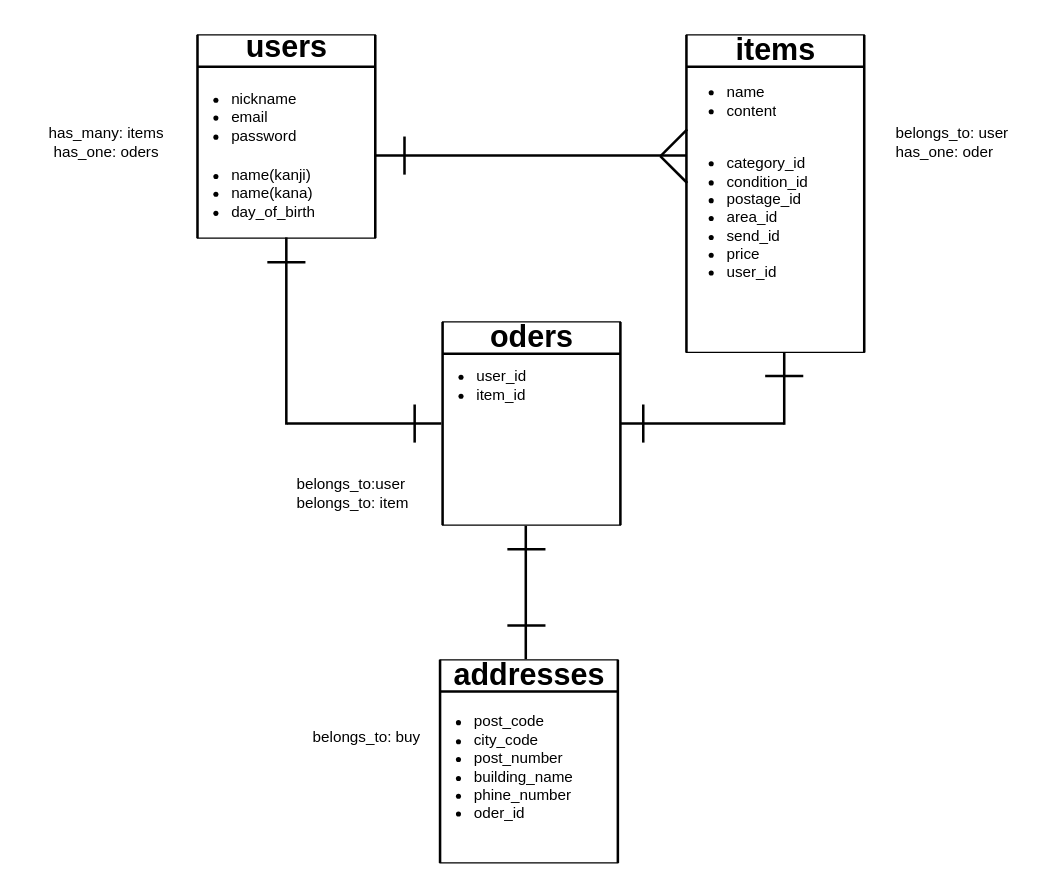
This is furima-er.dio from tatsuaki1234/furima-27589, a draw.io file, before an edit. Source tidied: cells renumbered, new cells numbered last; positions are measured from the earlier drawing's top-left corner, leaving out a move shared by most shapes. Both pictures are drawn from the tidied source at 127%, with x=0, y=0 at pixel (20, 22).
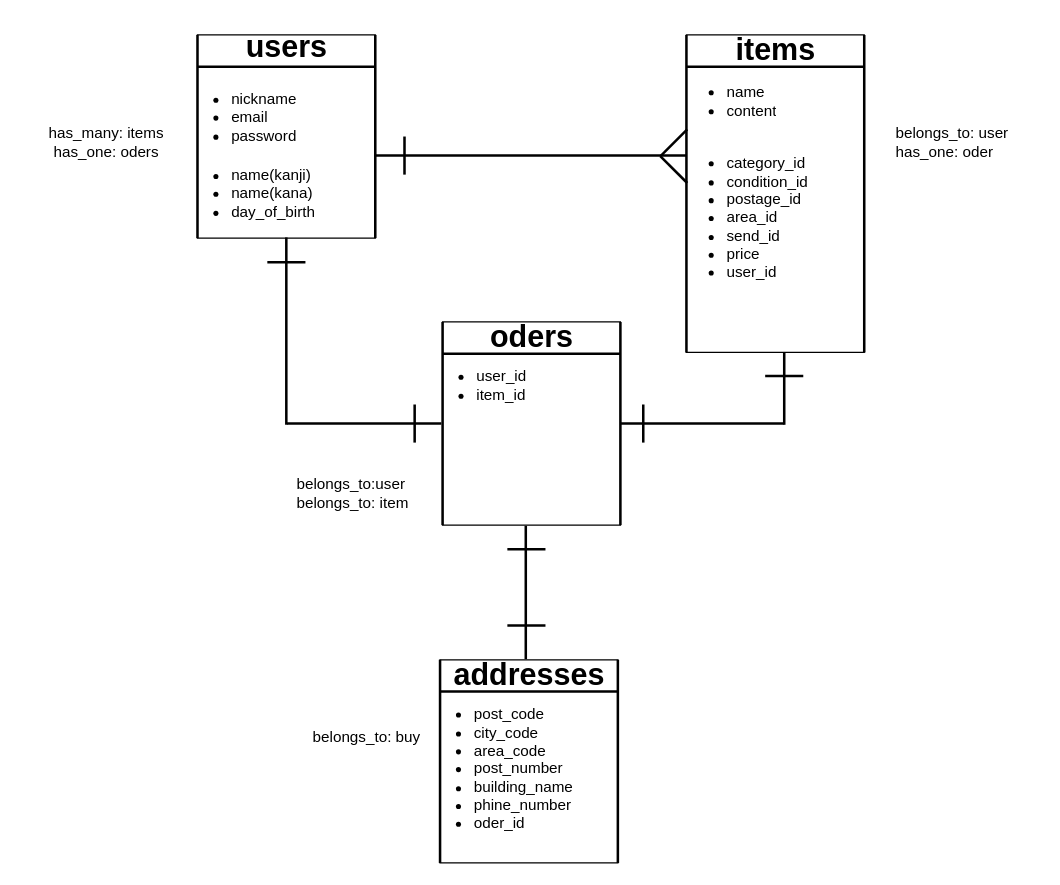
After the change.

What changed in the source:
```diff
@@
-    <mxCell id="22" value="&lt;ul&gt;&lt;li&gt;post_code&lt;/li&gt;&lt;li&gt;city_code&lt;/li&gt;&lt;li&gt;post_number&lt;/li&gt;&lt;li&gt;building_name&lt;/li&gt;&lt;li&gt;phine_number&lt;/li&gt;&lt;li&gt;oder_id&lt;/li&gt;&lt;/ul&gt;" style="text;strokeColor=none;fillColor=none;html=1;whiteSpace=wrap;verticalAlign=middle;overflow=hidden;" parent="1" vertex="1">
-      <mxGeometry x="315" y="517.5" width="150" height="139" as="geometry" />
+    <mxCell id="22" value="&lt;ul&gt;&lt;li&gt;post_code&lt;/li&gt;&lt;li&gt;city_code&lt;/li&gt;&lt;li&gt;area_code&lt;/li&gt;&lt;li&gt;post_number&lt;/li&gt;&lt;li&gt;building_name&lt;/li&gt;&lt;li&gt;phine_number&lt;/li&gt;&lt;li&gt;oder_id&lt;/li&gt;&lt;/ul&gt;" style="text;strokeColor=none;fillColor=none;html=1;whiteSpace=wrap;verticalAlign=middle;overflow=hidden;" parent="1" vertex="1">
+      <mxGeometry x="315" y="518.5" width="150" height="139" as="geometry" />
     </mxCell>
```
